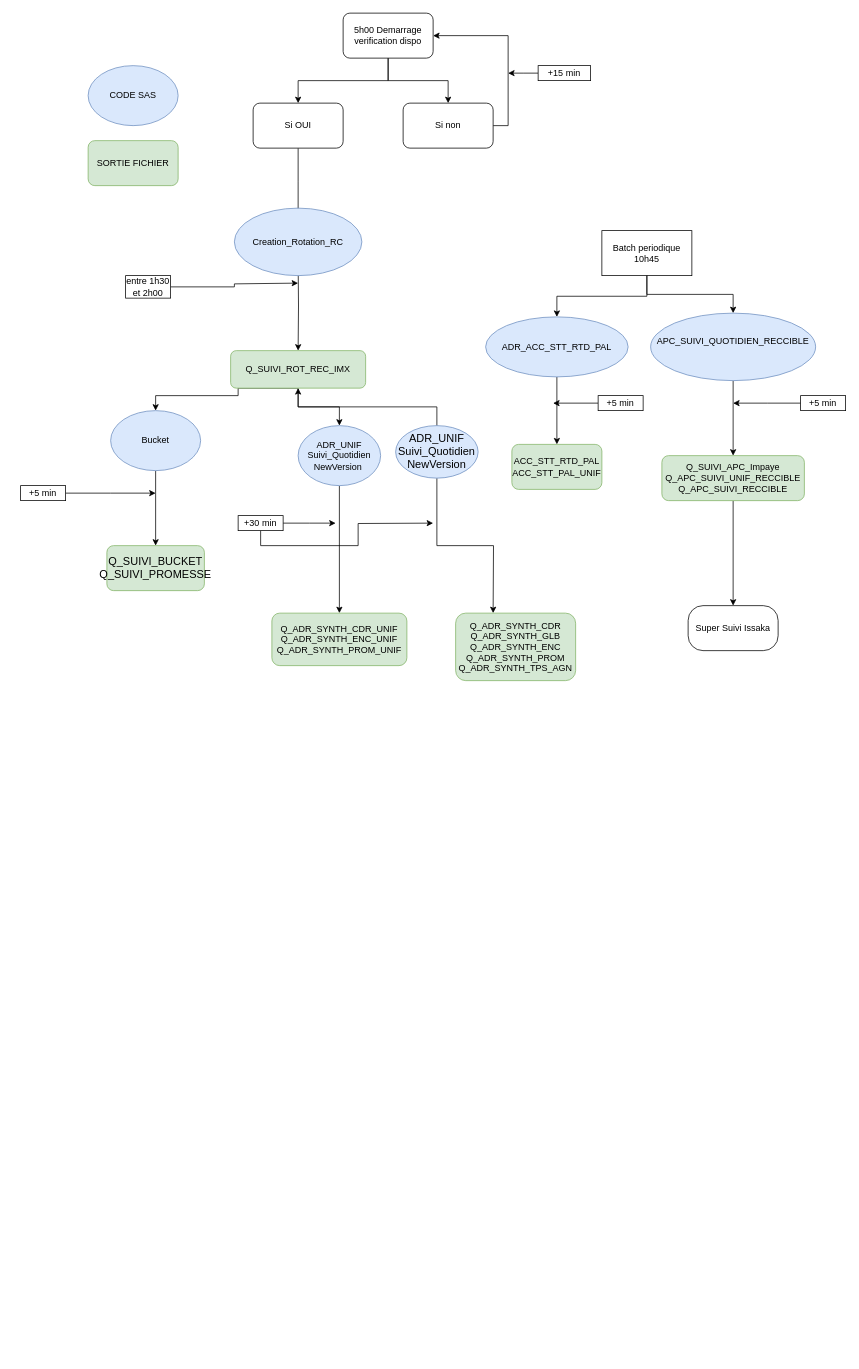
galawin59/Brief keeps this draw.io diagram as reccible.drawio. Above is the earlier version. Source tidied: cells renumbered, new cells numbered last; positions are measured from the earlier drawing's top-left corner, leaving out a move shared by most shapes. Both pictures are drawn from the tidied source at 75%, with x=0, y=0 at pixel (20, 13).
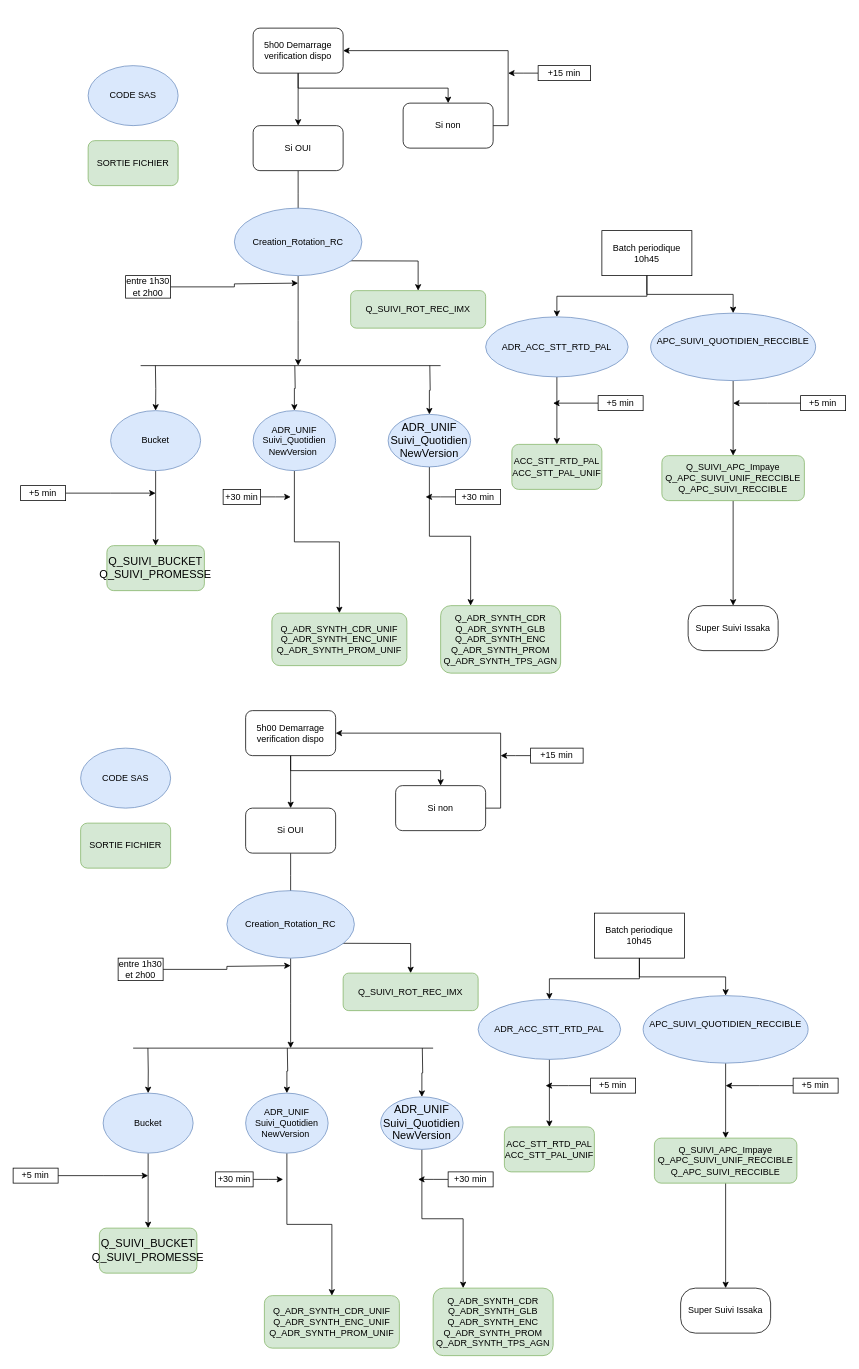
After the change.

Commit message (it also covers changes not shown here):
Mettre à jour reccible.drawio

The change refers to these unchanged cells:
```xml
<mxCell id="23" value="Creation_Rotation_RC" style="ellipse;whiteSpace=wrap;html=1;fillColor=#dae8fc;strokeColor=#6c8ebf;" parent="1" vertex="1">
  <mxGeometry x="285" y="260" width="170" height="90" as="geometry" />
</mxCell>
<mxCell id="25" value="Bucket" style="ellipse;whiteSpace=wrap;html=1;fillColor=#dae8fc;strokeColor=#6c8ebf;" parent="1" vertex="1">
  <mxGeometry x="120" y="530" width="120" height="80" as="geometry" />
</mxCell>
```

What changed in the source:
```diff
@@
     <mxCell id="3" value="5h00 Demarrage verification dispo" style="rounded=1;whiteSpace=wrap;html=1;" parent="1" vertex="1">
-      <mxGeometry x="430" width="120" height="60" as="geometry" />
+      <mxGeometry x="310" y="20" width="120" height="60" as="geometry" />
     </mxCell>
@@
     <mxCell id="5" value="Si OUI" style="whiteSpace=wrap;html=1;rounded=1;" parent="1" vertex="1">
-      <mxGeometry x="310" y="120" width="120" height="60" as="geometry" />
+      <mxGeometry x="310" y="150" width="120" height="60" as="geometry" />
     </mxCell>
@@
-    <mxCell id="12" style="edgeStyle=orthogonalEdgeStyle;rounded=0;jettySize=auto;html=1;exitX=0.5;exitY=1;exitDx=0;exitDy=0;entryX=0.5;entryY=0;entryDx=0;entryDy=0;" parent="1" edge="1" source="14">
-      <mxGeometry relative="1" as="geometry">
-        <mxPoint x="180" y="530" as="targetPoint" />
-        <Array as="points">
-          <mxPoint x="290" y="510" />
-          <mxPoint x="180" y="510" />
-        </Array>
-      </mxGeometry>
-    </mxCell>
-    <mxCell id="13" style="edgeStyle=orthogonalEdgeStyle;rounded=0;jettySize=auto;html=1;exitX=0.5;exitY=1;exitDx=0;exitDy=0;entryX=0.5;entryY=0;entryDx=0;entryDy=0;" parent="1" edge="1" source="14" target="28">
-      <mxGeometry relative="1" as="geometry">
-        <Array as="points">
-          <mxPoint x="370" y="525" />
-          <mxPoint x="425" y="525" />
-        </Array>
-      </mxGeometry>
-    </mxCell>
     <mxCell id="14" value="&lt;span dir=&quot;ltr&quot; class=&quot;ui-provider a b c d e f g h i j k l m n o p q r s t u v w x y z ab ac ae af ag ah ai aj ak&quot;&gt;Q_SUIVI_ROT_REC_IMX&lt;/span&gt;" style="rounded=1;whiteSpace=wrap;html=1;fillColor=#d5e8d4;strokeColor=#82b366;" parent="1" vertex="1">
-      <mxGeometry x="280" y="450" width="180" height="50" as="geometry" />
+      <mxGeometry x="440" y="370" width="180" height="50" as="geometry" />
     </mxCell>
@@
-    <mxCell id="18" style="edgeStyle=orthogonalEdgeStyle;rounded=0;jettySize=auto;html=1;" parent="1" edge="1" source="20">
-      <mxGeometry relative="1" as="geometry">
-        <mxPoint x="420" y="680" as="targetPoint" />
-      </mxGeometry>
-    </mxCell>
-    <mxCell id="19" style="edgeStyle=orthogonalEdgeStyle;rounded=0;jettySize=auto;html=1;exitX=0.5;exitY=1;exitDx=0;exitDy=0;" parent="1" edge="1" source="20">
-      <mxGeometry relative="1" as="geometry">
-        <mxPoint x="550" y="680" as="targetPoint" />
-      </mxGeometry>
-    </mxCell>
+    <mxCell id="50" style="edgeStyle=orthogonalEdgeStyle;rounded=0;jettySize=auto;html=1;" parent="1" edge="1" source="20">
+      <mxGeometry relative="1" as="geometry">
+        <mxPoint x="360" y="645" as="targetPoint" />
+      </mxGeometry>
+    </mxCell>
     <mxCell id="20" value="+30 min" style="rounded=0;whiteSpace=wrap;html=1;" parent="1" vertex="1">
-      <mxGeometry x="290" y="670" width="60" height="20" as="geometry" />
+      <mxGeometry x="270" y="635" width="50" height="20" as="geometry" />
     </mxCell>
@@
+    <mxCell id="51" style="edgeStyle=orthogonalEdgeStyle;rounded=0;jettySize=auto;html=1;" parent="1" edge="1" source="23">
+      <mxGeometry relative="1" as="geometry">
+        <mxPoint x="370" y="470" as="targetPoint" />
+      </mxGeometry>
+    </mxCell>
@@
+    <mxCell id="52" style="edgeStyle=orthogonalEdgeStyle;rounded=0;jettySize=auto;html=1;exitX=0.5;exitY=0;exitDx=0;exitDy=0;entryX=0.5;entryY=0;entryDx=0;entryDy=0;" parent="1" edge="1" target="25">
+      <mxGeometry relative="1" as="geometry">
+        <mxPoint x="179.7" y="470" as="sourcePoint" />
+      </mxGeometry>
+    </mxCell>
@@
+    <mxCell id="53" style="edgeStyle=orthogonalEdgeStyle;rounded=0;jettySize=auto;html=1;exitX=0.5;exitY=0;exitDx=0;exitDy=0;entryX=0.5;entryY=0;entryDx=0;entryDy=0;" parent="1" edge="1" target="28">
+      <mxGeometry relative="1" as="geometry">
+        <mxPoint x="365.6" y="470" as="sourcePoint" />
+      </mxGeometry>
+    </mxCell>
     <mxCell id="28" value="&lt;p class=&quot;MsoListParagraph&quot;&gt;ADR_UNIF Suivi_Quotidien&lt;br&gt;NewVersion&amp;nbsp;&lt;br&gt;&lt;/p&gt;" style="ellipse;whiteSpace=wrap;html=1;fillColor=#dae8fc;strokeColor=#6c8ebf;" parent="1" vertex="1">
-      <mxGeometry x="370" y="550" width="110" height="80" as="geometry" />
+      <mxGeometry x="310" y="530" width="110" height="80" as="geometry" />
     </mxCell>
@@
-    <mxCell id="44" style="edgeStyle=orthogonalEdgeStyle;rounded=0;jettySize=auto;html=1;exitX=0.5;exitY=0;exitDx=0;exitDy=0;" parent="1" edge="1" source="46" target="14">
-      <mxGeometry relative="1" as="geometry" />
-    </mxCell>
-    <mxCell id="45" style="edgeStyle=orthogonalEdgeStyle;rounded=0;jettySize=auto;html=1;exitX=0.5;exitY=1;exitDx=0;exitDy=0;" parent="1" edge="1" source="46">
-      <mxGeometry relative="1" as="geometry">
-        <mxPoint x="630" y="800" as="targetPoint" />
-      </mxGeometry>
-    </mxCell>
+    <mxCell id="54" style="edgeStyle=orthogonalEdgeStyle;rounded=0;jettySize=auto;html=1;exitX=0.5;exitY=1;exitDx=0;exitDy=0;entryX=0.25;entryY=0;entryDx=0;entryDy=0;" parent="1" edge="1" source="46" target="47">
+      <mxGeometry relative="1" as="geometry" />
+    </mxCell>
+    <mxCell id="55" style="edgeStyle=orthogonalEdgeStyle;rounded=0;jettySize=auto;html=1;exitX=0.5;exitY=0;exitDx=0;exitDy=0;entryX=0.5;entryY=0;entryDx=0;entryDy=0;" parent="1" edge="1" target="46">
+      <mxGeometry relative="1" as="geometry">
+        <mxPoint x="545.6" y="470" as="sourcePoint" />
+      </mxGeometry>
+    </mxCell>
     <mxCell id="46" value="&lt;span style=&quot;background-color: initial; font-family: Calibri, sans-serif; font-size: 11pt;&quot;&gt;ADR_UNIF&lt;br&gt;Suivi_Quotidien NewVersion&lt;/span&gt;" style="ellipse;whiteSpace=wrap;html=1;fillColor=#dae8fc;strokeColor=#6c8ebf;" parent="1" vertex="1">
-      <mxGeometry x="500" y="550" width="110" height="70" as="geometry" />
+      <mxGeometry x="490" y="535" width="110" height="70" as="geometry" />
     </mxCell>
     <mxCell id="47" value="Q_ADR_SYNTH_CDR&lt;br&gt;Q_ADR_SYNTH_GLB&lt;br&gt;Q_ADR_SYNTH_ENC&lt;br&gt;Q_ADR_SYNTH_PROM&lt;br&gt;Q_ADR_SYNTH_TPS_AGN" style="rounded=1;whiteSpace=wrap;html=1;fillColor=#d5e8d4;strokeColor=#82b366;" parent="1" vertex="1">
-      <mxGeometry x="580" y="800" width="160" height="90" as="geometry" />
+      <mxGeometry x="560" y="790" width="160" height="90" as="geometry" />
     </mxCell>
@@
+    <mxCell id="56" style="endArrow=none;html=1;rounded=0;" parent="1" edge="1">
+      <mxGeometry relative="1" as="geometry">
+        <mxPoint x="160" y="470" as="sourcePoint" />
+        <mxPoint x="560" y="470" as="targetPoint" />
+      </mxGeometry>
+    </mxCell>
+    <mxCell id="57" style="edgeStyle=orthogonalEdgeStyle;rounded=0;jettySize=auto;html=1;" parent="1" edge="1" source="58">
+      <mxGeometry relative="1" as="geometry">
+        <mxPoint x="540" y="645" as="targetPoint" />
+      </mxGeometry>
+    </mxCell>
+    <mxCell id="58" value="+30 min" style="rounded=0;whiteSpace=wrap;html=1;" parent="1" vertex="1">
+      <mxGeometry x="580" y="635" width="60" height="20" as="geometry" />
+    </mxCell>
+    <mxCell id="59" style="edgeStyle=orthogonalEdgeStyle;rounded=0;jettySize=auto;html=1;" parent="1" edge="1" source="60" target="62">
+      <mxGeometry relative="1" as="geometry" />
+    </mxCell>
+    <mxCell id="60" value="5h00 Demarrage verification dispo" style="rounded=1;whiteSpace=wrap;html=1;" parent="1" vertex="1">
+      <mxGeometry x="300" y="930" width="120" height="60" as="geometry" />
+    </mxCell>
+    <mxCell id="61" style="edgeStyle=orthogonalEdgeStyle;rounded=0;jettySize=auto;html=1;" parent="1" edge="1" source="62">
+      <mxGeometry relative="1" as="geometry">
+        <mxPoint x="360" y="1180" as="targetPoint" />
+      </mxGeometry>
+    </mxCell>
+    <mxCell id="62" value="Si OUI" style="whiteSpace=wrap;html=1;rounded=1;" parent="1" vertex="1">
+      <mxGeometry x="300" y="1060" width="120" height="60" as="geometry" />
+    </mxCell>
+    <mxCell id="63" style="edgeStyle=orthogonalEdgeStyle;rounded=0;jettySize=auto;html=1;" parent="1" edge="1" target="69">
+      <mxGeometry relative="1" as="geometry">
+        <mxPoint x="360" y="1240" as="sourcePoint" />
+      </mxGeometry>
+    </mxCell>
+    <mxCell id="64" style="edgeStyle=orthogonalEdgeStyle;rounded=0;jettySize=auto;html=1;exitX=0.5;exitY=1;exitDx=0;exitDy=0;entryX=0.5;entryY=0;entryDx=0;entryDy=0;" parent="1" edge="1" source="60" target="66">
+      <mxGeometry relative="1" as="geometry" />
+    </mxCell>
+    <mxCell id="65" style="edgeStyle=orthogonalEdgeStyle;rounded=0;jettySize=auto;html=1;exitX=1;exitY=0.5;exitDx=0;exitDy=0;entryX=1;entryY=0.5;entryDx=0;entryDy=0;" parent="1" edge="1" source="66" target="60">
+      <mxGeometry relative="1" as="geometry" />
+    </mxCell>
+    <mxCell id="66" value="Si non" style="rounded=1;whiteSpace=wrap;html=1;" parent="1" vertex="1">
+      <mxGeometry x="500" y="1030" width="120" height="60" as="geometry" />
+    </mxCell>
+    <mxCell id="67" style="edgeStyle=orthogonalEdgeStyle;rounded=0;jettySize=auto;html=1;" parent="1" edge="1" source="68">
+      <mxGeometry relative="1" as="geometry">
+        <mxPoint x="640" y="990" as="targetPoint" />
+      </mxGeometry>
+    </mxCell>
+    <mxCell id="68" value="+15 min" style="rounded=0;whiteSpace=wrap;html=1;" parent="1" vertex="1">
+      <mxGeometry x="680" y="980" width="70" height="20" as="geometry" />
+    </mxCell>
+    <mxCell id="69" value="&lt;span dir=&quot;ltr&quot; class=&quot;ui-provider a b c d e f g h i j k l m n o p q r s t u v w x y z ab ac ae af ag ah ai aj ak&quot;&gt;Q_SUIVI_ROT_REC_IMX&lt;/span&gt;" style="rounded=1;whiteSpace=wrap;html=1;fillColor=#d5e8d4;strokeColor=#82b366;" parent="1" vertex="1">
+      <mxGeometry x="430" y="1280" width="180" height="50" as="geometry" />
+    </mxCell>
+    <mxCell id="70" style="edgeStyle=orthogonalEdgeStyle;rounded=0;jettySize=auto;html=1;" parent="1" edge="1" source="71">
+      <mxGeometry relative="1" as="geometry">
+        <mxPoint x="360" y="1270" as="targetPoint" />
+        <Array as="points">
+          <mxPoint x="275" y="1275" />
+          <mxPoint x="275" y="1271" />
+        </Array>
+      </mxGeometry>
+    </mxCell>
+    <mxCell id="71" value="entre 1h30 et 2h00" style="rounded=0;whiteSpace=wrap;html=1;" parent="1" vertex="1">
+      <mxGeometry x="130" y="1260" width="60" height="30" as="geometry" />
+    </mxCell>
+    <mxCell id="72" value="Super Suivi Issaka" style="whiteSpace=wrap;html=1;rounded=1;arcSize=33;" parent="1" vertex="1">
+      <mxGeometry x="880" y="1700" width="120" height="60" as="geometry" />
+    </mxCell>
+    <mxCell id="73" style="edgeStyle=orthogonalEdgeStyle;rounded=0;jettySize=auto;html=1;" parent="1" edge="1" source="74">
+      <mxGeometry relative="1" as="geometry">
+        <mxPoint x="350" y="1555" as="targetPoint" />
+      </mxGeometry>
+    </mxCell>
+    <mxCell id="74" value="+30 min" style="rounded=0;whiteSpace=wrap;html=1;" parent="1" vertex="1">
+      <mxGeometry x="260" y="1545" width="50" height="20" as="geometry" />
+    </mxCell>
+    <mxCell id="75" style="edgeStyle=orthogonalEdgeStyle;rounded=0;jettySize=auto;html=1;" parent="1" edge="1" source="76">
+      <mxGeometry relative="1" as="geometry">
+        <mxPoint x="170" y="1550" as="targetPoint" />
+      </mxGeometry>
+    </mxCell>
+    <mxCell id="76" value="+5 min" style="rounded=0;whiteSpace=wrap;html=1;" parent="1" vertex="1">
+      <mxGeometry x="-10" y="1540" width="60" height="20" as="geometry" />
+    </mxCell>
+    <mxCell id="77" style="edgeStyle=orthogonalEdgeStyle;rounded=0;jettySize=auto;html=1;" parent="1" edge="1" source="78">
+      <mxGeometry relative="1" as="geometry">
+        <mxPoint x="360" y="1380" as="targetPoint" />
+      </mxGeometry>
+    </mxCell>
+    <mxCell id="78" value="Creation_Rotation_RC" style="ellipse;whiteSpace=wrap;html=1;fillColor=#dae8fc;strokeColor=#6c8ebf;" parent="1" vertex="1">
+      <mxGeometry x="275" y="1170" width="170" height="90" as="geometry" />
+    </mxCell>
+    <mxCell id="79" style="edgeStyle=orthogonalEdgeStyle;rounded=0;jettySize=auto;html=1;" parent="1" edge="1" source="81" target="82">
+      <mxGeometry relative="1" as="geometry" />
+    </mxCell>
+    <mxCell id="80" style="edgeStyle=orthogonalEdgeStyle;rounded=0;jettySize=auto;html=1;exitX=0.5;exitY=0;exitDx=0;exitDy=0;entryX=0.5;entryY=0;entryDx=0;entryDy=0;" parent="1" edge="1" target="81">
+      <mxGeometry relative="1" as="geometry">
+        <mxPoint x="169.7" y="1380" as="sourcePoint" />
+      </mxGeometry>
+    </mxCell>
+    <mxCell id="81" value="Bucket" style="ellipse;whiteSpace=wrap;html=1;fillColor=#dae8fc;strokeColor=#6c8ebf;" parent="1" vertex="1">
+      <mxGeometry x="110" y="1440" width="120" height="80" as="geometry" />
+    </mxCell>
+    <mxCell id="82" value="&lt;span style=&quot;font-size:11.0pt;font-family:&amp;quot;Calibri&amp;quot;,sans-serif;&lt;br/&gt;mso-ascii-theme-font:minor-latin;mso-fareast-font-family:Calibri;mso-fareast-theme-font:&lt;br/&gt;minor-latin;mso-hansi-theme-font:minor-latin;mso-bidi-font-family:&amp;quot;Times New Roman&amp;quot;;&lt;br/&gt;mso-bidi-theme-font:minor-bidi;mso-ansi-language:FR;mso-fareast-language:EN-US;&lt;br/&gt;mso-bidi-language:AR-SA&quot;&gt;Q_SUIVI_BUCKET&lt;br&gt;&lt;/span&gt;&lt;span style=&quot;font-size:11.0pt;font-family:&amp;quot;Calibri&amp;quot;,sans-serif;&lt;br/&gt;mso-ascii-theme-font:minor-latin;mso-fareast-font-family:Calibri;mso-fareast-theme-font:&lt;br/&gt;minor-latin;mso-hansi-theme-font:minor-latin;mso-bidi-font-family:&amp;quot;Times New Roman&amp;quot;;&lt;br/&gt;mso-bidi-theme-font:minor-bidi;mso-ansi-language:FR;mso-fareast-language:EN-US;&lt;br/&gt;mso-bidi-language:AR-SA&quot;&gt;Q_SUIVI_PROMESSE&lt;/span&gt;&lt;span style=&quot;font-size:11.0pt;font-family:&amp;quot;Calibri&amp;quot;,sans-serif;&lt;br/&gt;mso-ascii-theme-font:minor-latin;mso-fareast-font-family:Calibri;mso-fareast-theme-font:&lt;br/&gt;minor-latin;mso-hansi-theme-font:minor-latin;mso-bidi-font-family:&amp;quot;Times New Roman&amp;quot;;&lt;br/&gt;mso-bidi-theme-font:minor-bidi;mso-ansi-language:FR;mso-fareast-language:EN-US;&lt;br/&gt;mso-bidi-language:AR-SA&quot;&gt;&lt;br&gt;&lt;/span&gt;" style="rounded=1;whiteSpace=wrap;html=1;fillColor=#d5e8d4;strokeColor=#82b366;" parent="1" vertex="1">
+      <mxGeometry x="105" y="1620" width="130" height="60" as="geometry" />
+    </mxCell>
+    <mxCell id="83" style="edgeStyle=orthogonalEdgeStyle;rounded=0;jettySize=auto;html=1;entryX=0.5;entryY=0;entryDx=0;entryDy=0;" parent="1" edge="1" source="85" target="86">
+      <mxGeometry relative="1" as="geometry" />
+    </mxCell>
+    <mxCell id="84" style="edgeStyle=orthogonalEdgeStyle;rounded=0;jettySize=auto;html=1;exitX=0.5;exitY=0;exitDx=0;exitDy=0;entryX=0.5;entryY=0;entryDx=0;entryDy=0;" parent="1" edge="1" target="85">
+      <mxGeometry relative="1" as="geometry">
+        <mxPoint x="355.6" y="1380" as="sourcePoint" />
+      </mxGeometry>
+    </mxCell>
+    <mxCell id="85" value="&lt;p class=&quot;MsoListParagraph&quot;&gt;ADR_UNIF Suivi_Quotidien&lt;br&gt;NewVersion&amp;nbsp;&lt;br&gt;&lt;/p&gt;" style="ellipse;whiteSpace=wrap;html=1;fillColor=#dae8fc;strokeColor=#6c8ebf;" parent="1" vertex="1">
+      <mxGeometry x="300" y="1440" width="110" height="80" as="geometry" />
+    </mxCell>
+    <mxCell id="86" value="Q_ADR_SYNTH_CDR_UNIF&lt;div&gt;Q_ADR_SYNTH_ENC_UNIF&lt;br&gt;&lt;/div&gt;&lt;div&gt;Q_ADR_SYNTH_PROM_UNIF&lt;br&gt;&lt;/div&gt;" style="rounded=1;whiteSpace=wrap;html=1;fillColor=#d5e8d4;strokeColor=#82b366;" parent="1" vertex="1">
+      <mxGeometry x="325" y="1710" width="180" height="70" as="geometry" />
+    </mxCell>
+    <mxCell id="87" value="Batch periodique 10h45" style="rounded=0;whiteSpace=wrap;html=1;" parent="1" vertex="1">
+      <mxGeometry x="765" y="1200" width="120" height="60" as="geometry" />
+    </mxCell>
+    <mxCell id="88" style="edgeStyle=orthogonalEdgeStyle;rounded=0;jettySize=auto;html=1;" parent="1" edge="1" source="90" target="96">
+      <mxGeometry relative="1" as="geometry" />
+    </mxCell>
+    <mxCell id="89" style="edgeStyle=orthogonalEdgeStyle;rounded=0;jettySize=auto;html=1;exitX=0.5;exitY=1;exitDx=0;exitDy=0;entryX=0.5;entryY=0;entryDx=0;entryDy=0;" parent="1" edge="1" source="87" target="90">
+      <mxGeometry relative="1" as="geometry" />
+    </mxCell>
+    <mxCell id="90" value="&lt;span style=&quot;text-wrap: nowrap;&quot;&gt;APC_SUIVI_QUOTIDIEN_RECCIBLE&lt;br&gt;&lt;br&gt;&lt;/span&gt;" style="ellipse;whiteSpace=wrap;html=1;fillColor=#dae8fc;strokeColor=#6c8ebf;" parent="1" vertex="1">
+      <mxGeometry x="830" y="1310" width="220" height="90" as="geometry" />
+    </mxCell>
+    <mxCell id="91" style="edgeStyle=orthogonalEdgeStyle;rounded=0;jettySize=auto;html=1;" parent="1" edge="1" source="93" target="94">
+      <mxGeometry relative="1" as="geometry" />
+    </mxCell>
+    <mxCell id="92" style="edgeStyle=orthogonalEdgeStyle;rounded=0;jettySize=auto;html=1;exitX=0.5;exitY=1;exitDx=0;exitDy=0;entryX=0.5;entryY=0;entryDx=0;entryDy=0;" parent="1" edge="1" source="87" target="93">
+      <mxGeometry relative="1" as="geometry" />
+    </mxCell>
+    <mxCell id="93" value="&lt;span style=&quot;text-wrap: nowrap;&quot;&gt;ADR_ACC_STT_RTD_PAL&lt;/span&gt;" style="ellipse;whiteSpace=wrap;html=1;fillColor=#dae8fc;strokeColor=#6c8ebf;" parent="1" vertex="1">
+      <mxGeometry x="610" y="1315" width="190" height="80" as="geometry" />
+    </mxCell>
+    <mxCell id="94" value="ACC_STT_RTD_PAL&lt;br&gt;ACC_STT_PAL_UNIF" style="rounded=1;whiteSpace=wrap;html=1;fillColor=#d5e8d4;strokeColor=#82b366;" parent="1" vertex="1">
+      <mxGeometry x="645" y="1485" width="120" height="60" as="geometry" />
+    </mxCell>
+    <mxCell id="95" style="edgeStyle=orthogonalEdgeStyle;rounded=0;jettySize=auto;html=1;entryX=0.5;entryY=0;entryDx=0;entryDy=0;" parent="1" edge="1" source="96" target="72">
+      <mxGeometry relative="1" as="geometry" />
+    </mxCell>
+    <mxCell id="96" value="Q_SUIVI_APC_Impaye&lt;br&gt;Q_APC_SUIVI_UNIF_RECCIBLE&lt;br&gt;Q_APC_SUIVI_RECCIBLE" style="rounded=1;whiteSpace=wrap;html=1;fillColor=#d5e8d4;strokeColor=#82b366;" parent="1" vertex="1">
+      <mxGeometry x="845" y="1500" width="190" height="60" as="geometry" />
+    </mxCell>
+    <mxCell id="97" style="edgeStyle=orthogonalEdgeStyle;rounded=0;jettySize=auto;html=1;" parent="1" edge="1" source="98">
+      <mxGeometry relative="1" as="geometry">
+        <mxPoint x="700" y="1430" as="targetPoint" />
+      </mxGeometry>
+    </mxCell>
+    <mxCell id="98" value="+5 min" style="rounded=0;whiteSpace=wrap;html=1;" parent="1" vertex="1">
+      <mxGeometry x="760" y="1420" width="60" height="20" as="geometry" />
+    </mxCell>
+    <mxCell id="99" style="edgeStyle=orthogonalEdgeStyle;rounded=0;jettySize=auto;html=1;" parent="1" edge="1" source="100">
+      <mxGeometry relative="1" as="geometry">
+        <mxPoint x="940" y="1430" as="targetPoint" />
+      </mxGeometry>
+    </mxCell>
+    <mxCell id="100" value="+5 min" style="rounded=0;whiteSpace=wrap;html=1;" parent="1" vertex="1">
+      <mxGeometry x="1030" y="1420" width="60" height="20" as="geometry" />
+    </mxCell>
+    <mxCell id="101" style="edgeStyle=orthogonalEdgeStyle;rounded=0;jettySize=auto;html=1;exitX=0.5;exitY=1;exitDx=0;exitDy=0;entryX=0.25;entryY=0;entryDx=0;entryDy=0;" parent="1" edge="1" source="103" target="104">
+      <mxGeometry relative="1" as="geometry" />
+    </mxCell>
+    <mxCell id="102" style="edgeStyle=orthogonalEdgeStyle;rounded=0;jettySize=auto;html=1;exitX=0.5;exitY=0;exitDx=0;exitDy=0;entryX=0.5;entryY=0;entryDx=0;entryDy=0;" parent="1" edge="1" target="103">
+      <mxGeometry relative="1" as="geometry">
+        <mxPoint x="535.6" y="1380" as="sourcePoint" />
+      </mxGeometry>
+    </mxCell>
+    <mxCell id="103" value="&lt;span style=&quot;background-color: initial; font-family: Calibri, sans-serif; font-size: 11pt;&quot;&gt;ADR_UNIF&lt;br&gt;Suivi_Quotidien NewVersion&lt;/span&gt;" style="ellipse;whiteSpace=wrap;html=1;fillColor=#dae8fc;strokeColor=#6c8ebf;" parent="1" vertex="1">
+      <mxGeometry x="480" y="1445" width="110" height="70" as="geometry" />
+    </mxCell>
+    <mxCell id="104" value="Q_ADR_SYNTH_CDR&lt;br&gt;Q_ADR_SYNTH_GLB&lt;br&gt;Q_ADR_SYNTH_ENC&lt;br&gt;Q_ADR_SYNTH_PROM&lt;br&gt;Q_ADR_SYNTH_TPS_AGN" style="rounded=1;whiteSpace=wrap;html=1;fillColor=#d5e8d4;strokeColor=#82b366;" parent="1" vertex="1">
+      <mxGeometry x="550" y="1700" width="160" height="90" as="geometry" />
+    </mxCell>
+    <mxCell id="105" value="CODE SAS" style="ellipse;whiteSpace=wrap;html=1;fillColor=#dae8fc;strokeColor=#6c8ebf;" parent="1" vertex="1">
+      <mxGeometry x="80" y="980" width="120" height="80" as="geometry" />
+    </mxCell>
+    <mxCell id="106" value="SORTIE FICHIER" style="rounded=1;whiteSpace=wrap;html=1;fillColor=#d5e8d4;strokeColor=#82b366;" parent="1" vertex="1">
+      <mxGeometry x="80" y="1080" width="120" height="60" as="geometry" />
+    </mxCell>
+    <mxCell id="107" style="endArrow=none;html=1;rounded=0;" parent="1" edge="1">
+      <mxGeometry relative="1" as="geometry">
+        <mxPoint x="150" y="1380" as="sourcePoint" />
+        <mxPoint x="550" y="1380" as="targetPoint" />
+      </mxGeometry>
+    </mxCell>
+    <mxCell id="108" style="edgeStyle=orthogonalEdgeStyle;rounded=0;jettySize=auto;html=1;" parent="1" edge="1" source="109">
+      <mxGeometry relative="1" as="geometry">
+        <mxPoint x="530" y="1555" as="targetPoint" />
+      </mxGeometry>
+    </mxCell>
+    <mxCell id="109" value="+30 min" style="rounded=0;whiteSpace=wrap;html=1;" parent="1" vertex="1">
+      <mxGeometry x="570" y="1545" width="60" height="20" as="geometry" />
+    </mxCell>
```
